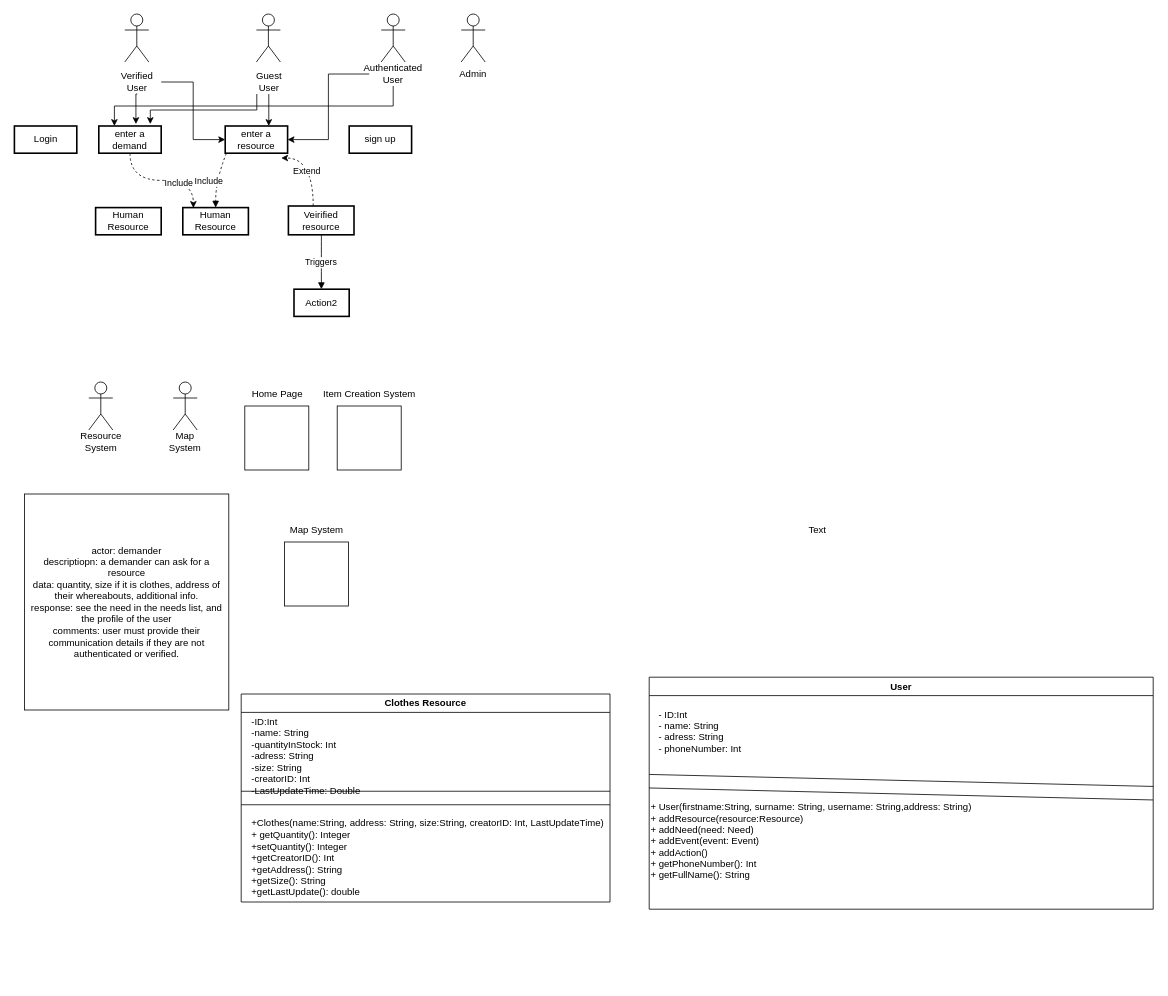
Earlier version of the draw.io diagram page "BegumDraft" (2 of 3) of UMLDiagrams/DR_UseCasesUML.drawio (bounswe/bounswe2023group2). Source tidied: cells renumbered, new cells numbered last; positions are measured from the earlier drawing's top-left corner, leaving out a move shared by most shapes. Both pictures are drawn from the tidied source at 80%, with x=0, y=0 at pixel (14, 14).
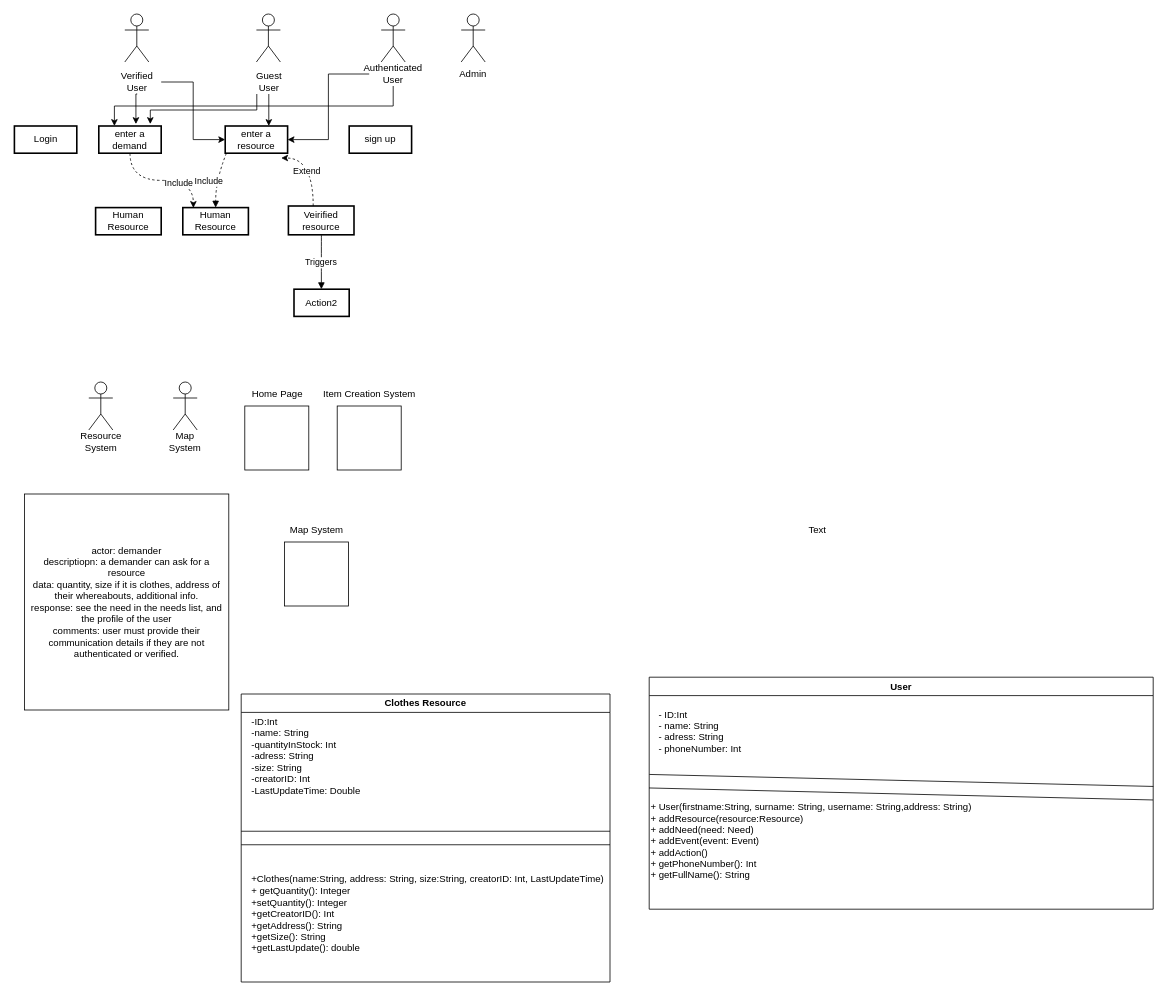
Above is the later version.

Commit message:
made it bigger

What changed in the source:
```diff
@@
     <mxCell id="41" value="Clothes Resource" style="swimlane;whiteSpace=wrap;html=1;" parent="1" vertex="1">
-      <mxGeometry x="284" y="850" width="461" height="260" as="geometry" />
+      <mxGeometry x="284" y="850" width="461" height="360" as="geometry" />
     </mxCell>
@@
-    <mxCell id="43" style="shape=link;html=1;rounded=0;width=16.896551724137932;startSize=17;endSize=14;entryX=1;entryY=0.5;entryDx=0;entryDy=0;" parent="41" edge="1" target="41">
-      <mxGeometry relative="1" as="geometry">
-        <mxPoint y="130" as="sourcePoint" />
-      </mxGeometry>
-    </mxCell>
     <mxCell id="44" value="+Clothes(name:String, address: String, size:String, creatorID: Int, LastUpdateTime)&lt;br&gt;+ getQuantity(): Integer&lt;br&gt;+setQuantity(): Integer&lt;br&gt;+getCreatorID(): Int&lt;br&gt;+getAddress(): String&lt;br&gt;+getSize(): String&lt;br&gt;+getLastUpdate(): double" style="text;html=1;align=left;verticalAlign=middle;strokeColor=none;fillColor=none;" parent="41" vertex="1">
-      <mxGeometry x="11" y="130" width="690" height="150" as="geometry" />
+      <mxGeometry x="11" y="200" width="690" height="150" as="geometry" />
     </mxCell>
@@
+    <mxCell id="43" style="shape=link;html=1;rounded=0;width=16.896551724137932;startSize=17;endSize=14;entryX=1;entryY=0.5;entryDx=0;entryDy=0;exitX=0;exitY=0.5;exitDx=0;exitDy=0;" parent="1" edge="1" source="41" target="41">
+      <mxGeometry relative="1" as="geometry" />
+    </mxCell>
```
